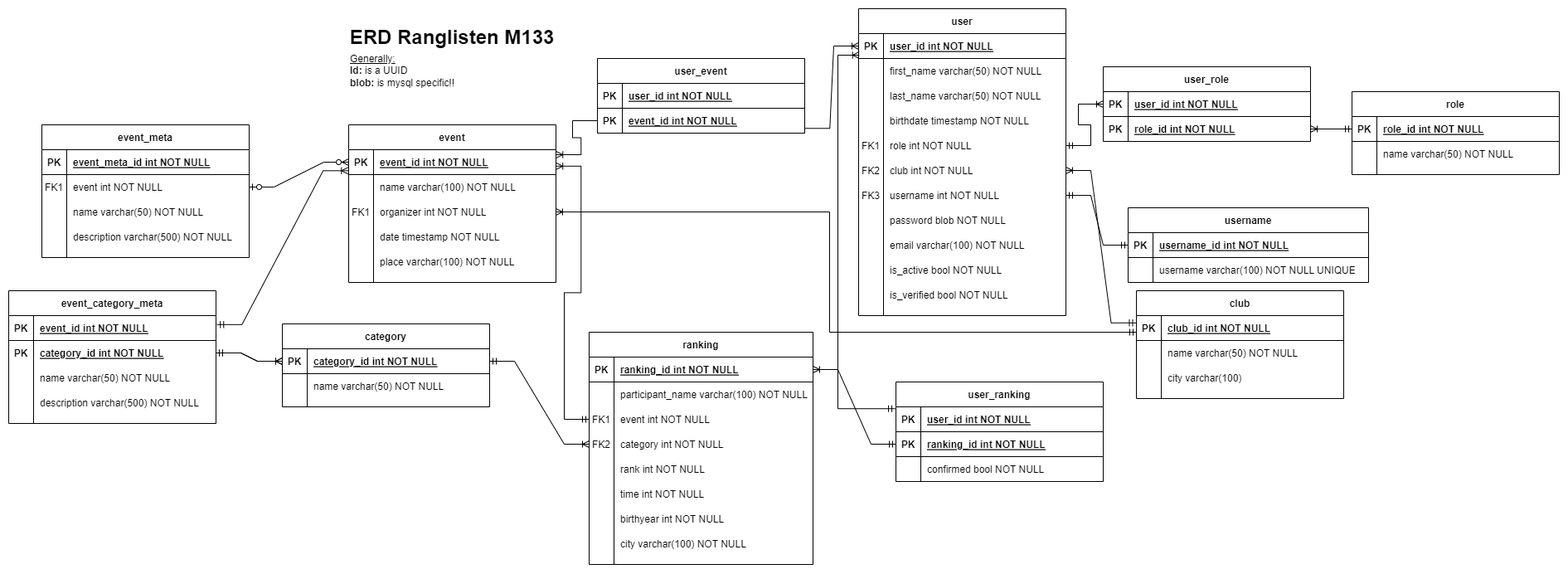
Above: .planning/m133_ranglisten_erd.drawio.png in 3n3a-school/gibz-m133 (draw.io), before the change. Source tidied: cells renumbered, new cells last; positions are measured from the earlier drawing's top-left corner, leaving out a move shared by most shapes.
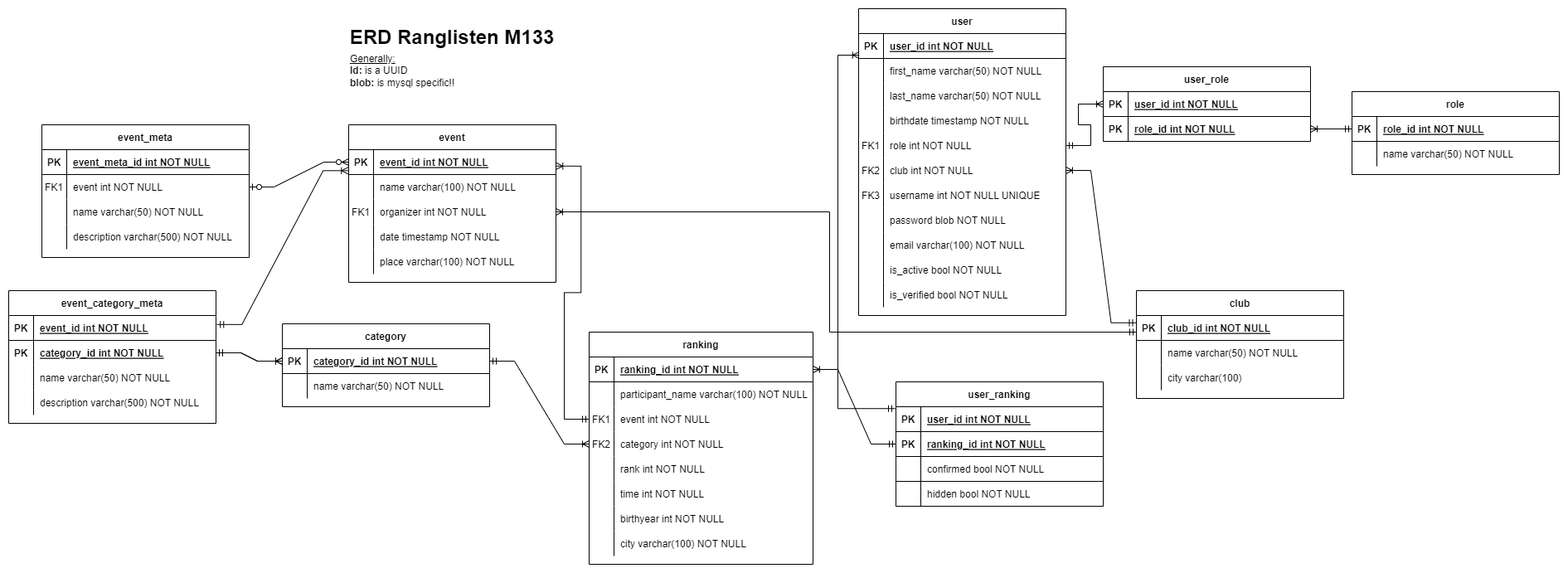
Later version of the same file.

What changed in the source:
```diff
@@ -140,7 +140,7 @@
     <mxCell id="47" value="FK3" style="shape=partialRectangle;overflow=hidden;fillColor=none;top=0;left=0;bottom=0;right=0;" parent="46" vertex="1">
       <mxGeometry width="30" height="30" as="geometry" />
     </mxCell>
-    <mxCell id="48" value="username int NOT NULL" style="shape=partialRectangle;overflow=hidden;fillColor=none;top=0;left=0;bottom=0;right=0;align=left;spacingLeft=6;" parent="46" vertex="1">
+    <mxCell id="48" value="username int NOT NULL UNIQUE" style="shape=partialRectangle;overflow=hidden;fillColor=none;top=0;left=0;bottom=0;right=0;align=left;spacingLeft=6;" parent="46" vertex="1">
       <mxGeometry x="30" width="220" height="30" as="geometry" />
     </mxCell>
     <mxCell id="49" style="shape=partialRectangle;fillColor=none;top=0;left=0;right=0;bottom=0;" parent="27" vertex="1">
@@ -251,27 +251,6 @@
     <mxCell id="84" value="name varchar(50) NOT NULL" style="shape=partialRectangle;overflow=hidden;fillColor=none;top=0;left=0;bottom=0;right=0;align=left;spacingLeft=6;" parent="82" vertex="1">
       <mxGeometry x="30" width="220" height="30" as="geometry" />
     </mxCell>
-    <mxCell id="85" value="user_event" style="shape=table;startSize=30;rowLines=0;fontStyle=1;align=center;" parent="1" vertex="1">
-      <mxGeometry x="710" y="60" width="250" height="90" as="geometry" />
-    </mxCell>
-    <mxCell id="86" style="shape=partialRectangle;fillColor=none;top=0;left=0;right=0;bottom=1;" parent="85" vertex="1">
-      <mxGeometry y="30" width="250" height="30" as="geometry" />
-    </mxCell>
-    <mxCell id="87" style="shape=partialRectangle;overflow=hidden;fillColor=none;top=0;left=0;bottom=0;right=0;fontStyle=1;" parent="86" vertex="1">
-      <mxGeometry width="30" height="30" as="geometry" />
-    </mxCell>
-    <mxCell id="88" style="shape=partialRectangle;overflow=hidden;fillColor=none;top=0;left=0;bottom=0;right=0;align=left;spacingLeft=6;fontStyle=5;" parent="86" vertex="1">
-      <mxGeometry x="30" width="220" height="30" as="geometry" />
-    </mxCell>
-    <mxCell id="89" style="shape=partialRectangle;fillColor=none;points=[[0,0.5],[1,0.5]];portConstraint=eastwest;top=0;left=0;right=0;bottom=1;" parent="85" vertex="1">
-      <mxGeometry y="60" width="250" height="30" as="geometry" />
-    </mxCell>
-    <mxCell id="90" value="PK" style="shape=partialRectangle;overflow=hidden;fillColor=none;top=0;left=0;bottom=0;right=0;fontStyle=1;" parent="89" vertex="1">
-      <mxGeometry width="30" height="30" as="geometry" />
-    </mxCell>
-    <mxCell id="91" value="event_id int NOT NULL " style="shape=partialRectangle;overflow=hidden;fillColor=none;top=0;left=0;bottom=0;right=0;align=left;spacingLeft=6;fontStyle=5;" parent="89" vertex="1">
-      <mxGeometry x="30" width="220" height="30" as="geometry" />
-    </mxCell>
     <mxCell id="92" value="club" style="shape=table;startSize=30;rowLines=0;fontStyle=1;align=center;" parent="1" vertex="1">
       <mxGeometry x="1360" y="340" width="250" height="130" as="geometry" />
     </mxCell>
@@ -326,18 +305,6 @@
     <mxCell id="109" value="&lt;u&gt;Generally:&lt;br&gt;&lt;/u&gt;&lt;b&gt;Id: &lt;/b&gt;is a UUID&lt;br&gt;&lt;b&gt;blob:&lt;/b&gt;&amp;nbsp;is mysql specific!!" style="text;html=1;strokeColor=none;fillColor=none;align=left;verticalAlign=middle;whiteSpace=wrap;rounded=0;" parent="1" vertex="1">
       <mxGeometry x="410" y="60" width="160" height="30" as="geometry" />
     </mxCell>
-    <mxCell id="110" value="PK" style="shape=partialRectangle;overflow=hidden;fillColor=none;top=0;left=0;bottom=0;right=0;fontStyle=1;" parent="1" vertex="1">
-      <mxGeometry x="710" y="90" width="30" height="30" as="geometry" />
-    </mxCell>
-    <mxCell id="111" value="user_id int NOT NULL " style="shape=partialRectangle;overflow=hidden;fillColor=none;top=0;left=0;bottom=0;right=0;align=left;spacingLeft=6;fontStyle=5;" parent="1" vertex="1">
-      <mxGeometry x="740" y="90" width="220" height="30" as="geometry" />
-    </mxCell>
-    <mxCell id="112" style="edgeStyle=entityRelationEdgeStyle;fontSize=12;html=1;endArrow=ERoneToMany;rounded=0;exitX=0;exitY=0.5;exitDx=0;exitDy=0;entryX=1.001;entryY=0.2;entryDx=0;entryDy=0;entryPerimeter=0;" parent="1" edge="1" source="89" target="62">
-      <mxGeometry relative="1" as="geometry" />
-    </mxCell>
-    <mxCell id="113" style="edgeStyle=entityRelationEdgeStyle;fontSize=12;html=1;endArrow=ERoneToMany;rounded=0;entryX=0;entryY=0.5;entryDx=0;entryDy=0;exitX=1.001;exitY=0.809;exitDx=0;exitDy=0;exitPerimeter=0;" parent="1" edge="1" source="89" target="28">
-      <mxGeometry relative="1" as="geometry" />
-    </mxCell>
     <mxCell id="114" value="role" style="shape=table;startSize=30;rowLines=0;fontStyle=1;align=center;" parent="1" vertex="1">
       <mxGeometry x="1620" y="100" width="250" height="100" as="geometry" />
     </mxCell>
@@ -360,7 +327,7 @@
       <mxGeometry x="30" width="220" height="30" as="geometry" />
     </mxCell>
     <mxCell id="121" value="user_ranking" style="shape=table;startSize=30;rowLines=0;fontStyle=1;align=center;" parent="1" vertex="1">
-      <mxGeometry x="1070" y="450" width="250" height="120" as="geometry" />
+      <mxGeometry x="1070" y="450" width="250" height="150" as="geometry" />
     </mxCell>
     <mxCell id="122" style="shape=partialRectangle;fillColor=none;points=[[0,0.5],[1,0.5]];portConstraint=eastwest;top=0;left=0;right=0;bottom=1;" parent="121" vertex="1">
       <mxGeometry y="30" width="250" height="30" as="geometry" />
@@ -389,6 +356,15 @@
     <mxCell id="130" value="confirmed bool NOT NULL" style="shape=partialRectangle;overflow=hidden;fillColor=none;top=0;left=0;bottom=0;right=0;align=left;spacingLeft=6;fontStyle=0;" parent="128" vertex="1">
       <mxGeometry x="30" width="220" height="30" as="geometry" />
     </mxCell>
+    <mxCell id="177" style="shape=partialRectangle;fillColor=none;top=0;left=0;right=0;bottom=1;" parent="121" vertex="1">
+      <mxGeometry y="120" width="250" height="30" as="geometry" />
+    </mxCell>
+    <mxCell id="87" style="shape=partialRectangle;overflow=hidden;fillColor=none;top=0;left=0;bottom=0;right=0;fontStyle=1;" parent="177" vertex="1">
+      <mxGeometry width="30" height="30" as="geometry" />
+    </mxCell>
+    <mxCell id="178" value="hidden bool NOT NULL " style="shape=partialRectangle;overflow=hidden;fillColor=none;top=0;left=0;bottom=0;right=0;align=left;spacingLeft=6;fontStyle=0;" parent="177" vertex="1">
+      <mxGeometry x="30" width="220" height="30" as="geometry" />
+    </mxCell>
     <mxCell id="131" value="event_meta" style="shape=table;startSize=30;rowLines=0;fontStyle=1;align=center;" parent="1" vertex="1">
       <mxGeometry x="40" y="140" width="250" height="160" as="geometry" />
     </mxCell>
@@ -467,27 +443,6 @@
     <mxCell id="156" value="description varchar(500) NOT NULL" style="shape=partialRectangle;overflow=hidden;fillColor=none;top=0;left=0;bottom=0;right=0;align=left;spacingLeft=6;" parent="154" vertex="1">
       <mxGeometry x="30" width="220" height="30" as="geometry" />
     </mxCell>
-    <mxCell id="157" value="username" style="shape=table;startSize=30;rowLines=0;fontStyle=1;align=center;" parent="1" vertex="1">
-      <mxGeometry x="1350" y="240" width="290" height="90" as="geometry" />
-    </mxCell>
-    <mxCell id="158" style="shape=partialRectangle;fillColor=none;points=[[0,0.5],[1,0.5]];portConstraint=eastwest;top=0;left=0;right=0;bottom=1;" parent="157" vertex="1">
-      <mxGeometry y="30" width="290" height="30" as="geometry" />
-    </mxCell>
-    <mxCell id="159" value="PK" style="shape=partialRectangle;overflow=hidden;fillColor=none;top=0;left=0;bottom=0;right=0;fontStyle=1;" parent="158" vertex="1">
-      <mxGeometry width="30" height="30" as="geometry" />
-    </mxCell>
-    <mxCell id="160" value="username_id int NOT NULL " style="shape=partialRectangle;overflow=hidden;fillColor=none;top=0;left=0;bottom=0;right=0;align=left;spacingLeft=6;fontStyle=5;" parent="158" vertex="1">
-      <mxGeometry x="30" width="260" height="30" as="geometry" />
-    </mxCell>
-    <mxCell id="161" style="shape=partialRectangle;fillColor=none;top=0;left=0;right=0;bottom=0;" parent="157" vertex="1">
-      <mxGeometry y="60" width="290" height="30" as="geometry" />
-    </mxCell>
-    <mxCell id="162" style="shape=partialRectangle;overflow=hidden;fillColor=none;top=0;left=0;bottom=0;right=0;" parent="161" vertex="1">
-      <mxGeometry width="30" height="30" as="geometry" />
-    </mxCell>
-    <mxCell id="163" value="username varchar(100) NOT NULL UNIQUE" style="shape=partialRectangle;overflow=hidden;fillColor=none;top=0;left=0;bottom=0;right=0;align=left;spacingLeft=6;" parent="161" vertex="1">
-      <mxGeometry x="30" width="260" height="30" as="geometry" />
-    </mxCell>
     <mxCell id="164" style="edgeStyle=entityRelationEdgeStyle;fontSize=12;html=1;endArrow=ERzeroToMany;startArrow=ERzeroToOne;rounded=0;entryX=0;entryY=0.5;entryDx=0;entryDy=0;" parent="1" edge="1" source="135" target="62">
       <mxGeometry relative="1" as="geometry" />
     </mxCell>
@@ -529,9 +484,6 @@
     <mxCell id="173" style="edgeStyle=entityRelationEdgeStyle;fontSize=12;html=1;endArrow=ERoneToMany;startArrow=ERmandOne;rounded=0;elbow=vertical;exitX=-0.002;exitY=0.292;exitDx=0;exitDy=0;exitPerimeter=0;entryX=1;entryY=0.5;entryDx=0;entryDy=0;" parent="1" edge="1" source="93" target="43">
       <mxGeometry relative="1" as="geometry" />
     </mxCell>
-    <mxCell id="174" style="edgeStyle=entityRelationEdgeStyle;fontSize=12;html=1;endArrow=ERmandOne;startArrow=ERmandOne;rounded=0;elbow=vertical;exitX=1;exitY=0.5;exitDx=0;exitDy=0;entryX=0;entryY=0.5;entryDx=0;entryDy=0;" parent="1" edge="1" source="46" target="158">
-      <mxGeometry relative="1" as="geometry" />
-    </mxCell>
     <mxCell id="175" style="edgeStyle=entityRelationEdgeStyle;fontSize=12;html=1;endArrow=ERoneToMany;startArrow=ERmandOne;rounded=0;elbow=vertical;exitX=1;exitY=0.5;exitDx=0;exitDy=0;entryX=0;entryY=0.5;entryDx=0;entryDy=0;" parent="1" edge="1" source="40" target="103">
       <mxGeometry relative="1" as="geometry" />
     </mxCell>
```
